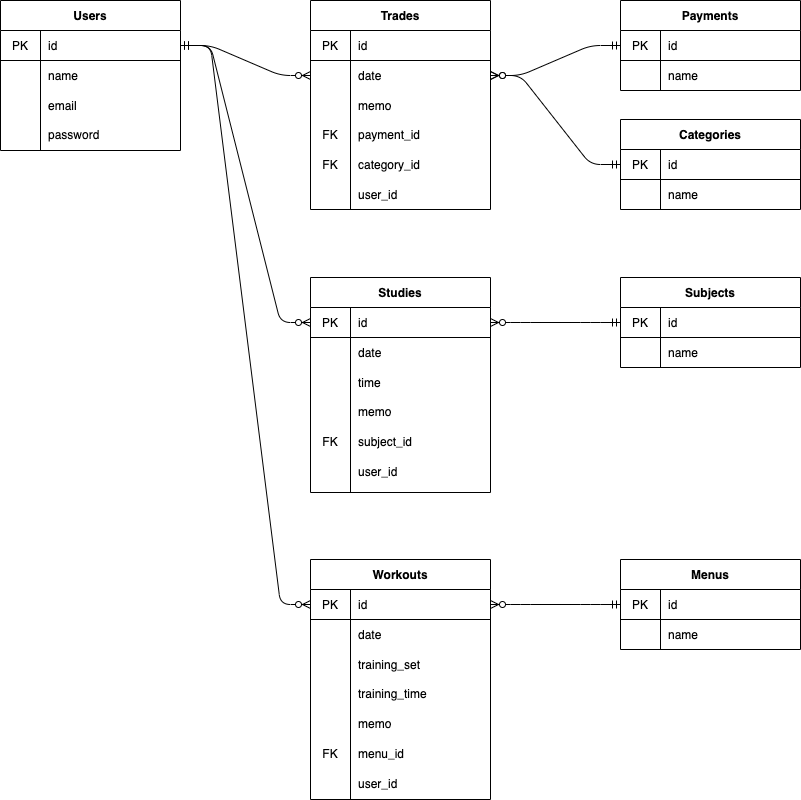
This is docs/ER図.png from ks1590/rabbit, a draw.io export, as it was before one commit. Source tidied: cells renumbered, new cells last; positions are measured from the earlier drawing's top-left corner, leaving out a move shared by most shapes.
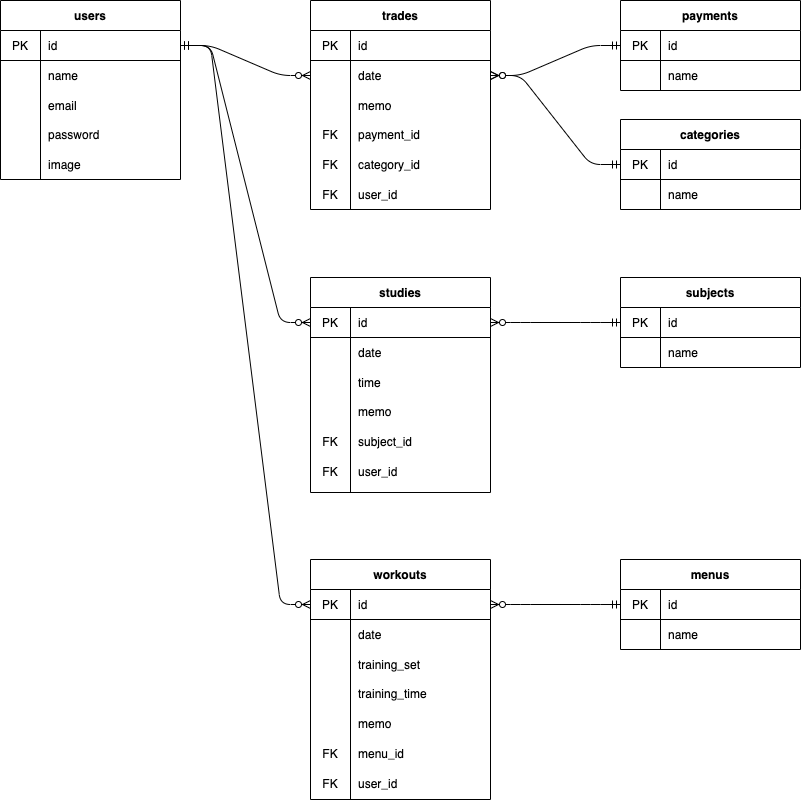
Above is the later version.

What changed in the source:
```diff
@@ -2,7 +2,7 @@
   <root>
     <mxCell id="0" />
     <mxCell id="1" parent="0" />
-    <mxCell id="2" value="Subjects" style="shape=table;html=1;whiteSpace=wrap;startSize=30;rowLines=0;fontStyle=1;align=center;" parent="1" vertex="1">
+    <mxCell id="2" value="subjects" style="shape=table;html=1;whiteSpace=wrap;startSize=30;rowLines=0;fontStyle=1;align=center;" parent="1" vertex="1">
       <mxGeometry x="620" y="277" width="180" height="90" as="geometry" />
     </mxCell>
     <mxCell id="3" style="shape=partialRectangle;html=1;whiteSpace=wrap;fillColor=none;top=0;left=0;bottom=1;right=0;points=[[0,0.5],[1,0.5]];portConstraint=eastwest;" parent="2" vertex="1">
@@ -26,7 +26,7 @@
     <mxCell id="9" value="password" style="shape=partialRectangle;html=1;whiteSpace=wrap;fillColor=none;top=0;left=0;bottom=0;right=0;align=left;spacingLeft=6;overflow=hidden;" parent="1" vertex="1">
       <mxGeometry x="40" y="119" width="140" height="30" as="geometry" />
     </mxCell>
-    <mxCell id="10" value="Trades" style="shape=table;html=1;whiteSpace=wrap;startSize=30;rowLines=0;fontStyle=1;align=center;" parent="1" vertex="1">
+    <mxCell id="10" value="trades" style="shape=table;html=1;whiteSpace=wrap;startSize=30;rowLines=0;fontStyle=1;align=center;" parent="1" vertex="1">
       <mxGeometry x="310" width="180" height="209" as="geometry" />
     </mxCell>
     <mxCell id="11" style="shape=partialRectangle;html=1;whiteSpace=wrap;fillColor=none;top=0;left=0;bottom=1;right=0;" parent="10" vertex="1">
@@ -65,7 +65,7 @@
     <mxCell id="22" value="user_id" style="shape=partialRectangle;html=1;whiteSpace=wrap;fillColor=none;top=0;left=0;bottom=0;right=0;align=left;spacingLeft=6;overflow=hidden;" parent="1" vertex="1">
       <mxGeometry x="350" y="179" width="140" height="30" as="geometry" />
     </mxCell>
-    <mxCell id="23" value="Studies" style="shape=table;html=1;whiteSpace=wrap;startSize=30;rowLines=0;fontStyle=1;align=center;" parent="1" vertex="1">
+    <mxCell id="23" value="studies" style="shape=table;html=1;whiteSpace=wrap;startSize=30;rowLines=0;fontStyle=1;align=center;" parent="1" vertex="1">
       <mxGeometry x="310" y="277" width="180" height="215" as="geometry" />
     </mxCell>
     <mxCell id="24" style="shape=partialRectangle;html=1;whiteSpace=wrap;fillColor=none;top=0;left=0;bottom=1;right=0;points=[[0,0.5],[1,0.5]];portConstraint=eastwest;" parent="23" vertex="1">
@@ -104,7 +104,7 @@
     <mxCell id="35" value="user_id" style="shape=partialRectangle;html=1;whiteSpace=wrap;fillColor=none;top=0;left=0;bottom=0;right=0;align=left;spacingLeft=6;overflow=hidden;" parent="1" vertex="1">
       <mxGeometry x="350" y="456" width="140" height="30" as="geometry" />
     </mxCell>
-    <mxCell id="36" value="Workouts" style="shape=table;html=1;whiteSpace=wrap;startSize=30;rowLines=0;fontStyle=1;align=center;" parent="1" vertex="1">
+    <mxCell id="36" value="workouts" style="shape=table;html=1;whiteSpace=wrap;startSize=30;rowLines=0;fontStyle=1;align=center;" parent="1" vertex="1">
       <mxGeometry x="310" y="559" width="180" height="240" as="geometry" />
     </mxCell>
     <mxCell id="37" style="shape=partialRectangle;html=1;whiteSpace=wrap;fillColor=none;top=0;left=0;bottom=1;right=0;points=[[0,0.5],[1,0.5]];portConstraint=eastwest;" parent="36" vertex="1">
@@ -146,8 +146,8 @@
     <mxCell id="49" value="menu_id" style="shape=partialRectangle;html=1;whiteSpace=wrap;fillColor=none;top=0;left=0;bottom=0;right=0;align=left;spacingLeft=6;overflow=hidden;" parent="1" vertex="1">
       <mxGeometry x="350" y="738" width="140" height="30" as="geometry" />
     </mxCell>
-    <mxCell id="50" value="Users" style="shape=table;html=1;whiteSpace=wrap;startSize=30;rowLines=0;fontStyle=1;align=center;" parent="1" vertex="1">
-      <mxGeometry width="180" height="150" as="geometry" />
+    <mxCell id="50" value="users" style="shape=table;html=1;whiteSpace=wrap;startSize=30;rowLines=0;fontStyle=1;align=center;" parent="1" vertex="1">
+      <mxGeometry width="180" height="179" as="geometry" />
     </mxCell>
     <mxCell id="51" style="shape=partialRectangle;html=1;whiteSpace=wrap;fillColor=none;top=0;left=0;bottom=1;right=0;points=[[0,0.5],[1,0.5]];portConstraint=eastwest;" parent="50" vertex="1">
       <mxGeometry y="30" width="180" height="30" as="geometry" />
@@ -168,15 +168,15 @@
       <mxGeometry x="40" width="140" height="30" as="geometry" />
     </mxCell>
     <mxCell id="57" style="shape=partialRectangle;html=1;whiteSpace=wrap;fillColor=none;top=0;left=0;bottom=0;right=0;" parent="50" vertex="1">
-      <mxGeometry y="90" width="180" height="30" as="geometry" />
+      <mxGeometry y="90" width="180" height="29" as="geometry" />
     </mxCell>
     <mxCell id="58" style="shape=partialRectangle;html=1;whiteSpace=wrap;fillColor=none;top=0;left=0;bottom=0;right=0;overflow=hidden;" parent="57" vertex="1">
-      <mxGeometry width="40" height="30" as="geometry" />
+      <mxGeometry width="40" height="29" as="geometry" />
     </mxCell>
     <mxCell id="59" value="email" style="shape=partialRectangle;html=1;whiteSpace=wrap;fillColor=none;top=0;left=0;bottom=0;right=0;align=left;spacingLeft=6;overflow=hidden;" parent="57" vertex="1">
-      <mxGeometry x="40" width="140" height="30" as="geometry" />
+      <mxGeometry x="40" width="140" height="29" as="geometry" />
     </mxCell>
-    <mxCell id="60" value="Categories" style="shape=table;html=1;whiteSpace=wrap;startSize=30;rowLines=0;fontStyle=1;align=center;" parent="1" vertex="1">
+    <mxCell id="60" value="categories" style="shape=table;html=1;whiteSpace=wrap;startSize=30;rowLines=0;fontStyle=1;align=center;" parent="1" vertex="1">
       <mxGeometry x="620" y="119" width="180" height="90" as="geometry" />
     </mxCell>
     <mxCell id="61" style="shape=partialRectangle;html=1;whiteSpace=wrap;fillColor=none;top=0;left=0;bottom=1;right=0;points=[[0,0.5],[1,0.5]];portConstraint=eastwest;" parent="60" vertex="1">
@@ -197,7 +197,7 @@
     <mxCell id="66" value="name" style="shape=partialRectangle;html=1;whiteSpace=wrap;fillColor=none;top=0;left=0;bottom=0;right=0;align=left;spacingLeft=6;overflow=hidden;" parent="64" vertex="1">
       <mxGeometry x="40" width="140" height="30" as="geometry" />
     </mxCell>
-    <mxCell id="67" value="Payments" style="shape=table;html=1;whiteSpace=wrap;startSize=30;rowLines=0;fontStyle=1;align=center;" parent="1" vertex="1">
+    <mxCell id="67" value="payments" style="shape=table;html=1;whiteSpace=wrap;startSize=30;rowLines=0;fontStyle=1;align=center;" parent="1" vertex="1">
       <mxGeometry x="620" width="180" height="90" as="geometry" />
     </mxCell>
     <mxCell id="68" style="shape=partialRectangle;html=1;whiteSpace=wrap;fillColor=none;top=0;left=0;bottom=1;right=0;points=[[0,0.5],[1,0.5]];portConstraint=eastwest;" parent="67" vertex="1">
@@ -218,7 +218,7 @@
     <mxCell id="73" value="name" style="shape=partialRectangle;html=1;whiteSpace=wrap;fillColor=none;top=0;left=0;bottom=0;right=0;align=left;spacingLeft=6;overflow=hidden;" parent="71" vertex="1">
       <mxGeometry x="40" width="140" height="30" as="geometry" />
     </mxCell>
-    <mxCell id="74" value="Menus" style="shape=table;html=1;whiteSpace=wrap;startSize=30;rowLines=0;fontStyle=1;align=center;" parent="1" vertex="1">
+    <mxCell id="74" value="menus" style="shape=table;html=1;whiteSpace=wrap;startSize=30;rowLines=0;fontStyle=1;align=center;" parent="1" vertex="1">
       <mxGeometry x="620" y="559" width="180" height="90" as="geometry" />
     </mxCell>
     <mxCell id="75" style="shape=partialRectangle;html=1;whiteSpace=wrap;fillColor=none;top=0;left=0;bottom=1;right=0;points=[[0,0.5],[1,0.5]];portConstraint=eastwest;" parent="74" vertex="1">
@@ -272,5 +272,17 @@
     <mxCell id="91" style="edgeStyle=entityRelationEdgeStyle;fontSize=12;html=1;endArrow=ERzeroToMany;startArrow=ERmandOne;exitX=0;exitY=0.5;exitDx=0;exitDy=0;entryX=1;entryY=0.5;entryDx=0;entryDy=0;" parent="1" edge="1" source="75" target="37">
       <mxGeometry relative="1" as="geometry" />
     </mxCell>
+    <mxCell id="92" value="image" style="shape=partialRectangle;html=1;whiteSpace=wrap;fillColor=none;top=0;left=0;bottom=0;right=0;align=left;spacingLeft=6;overflow=hidden;" parent="1" vertex="1">
+      <mxGeometry x="40" y="149" width="140" height="30" as="geometry" />
+    </mxCell>
+    <mxCell id="93" value="FK" style="shape=partialRectangle;html=1;whiteSpace=wrap;fillColor=none;top=0;left=0;bottom=0;right=0;overflow=hidden;" parent="1" vertex="1">
+      <mxGeometry x="310" y="179" width="40" height="30" as="geometry" />
+    </mxCell>
+    <mxCell id="94" value="FK" style="shape=partialRectangle;html=1;whiteSpace=wrap;fillColor=none;top=0;left=0;bottom=0;right=0;overflow=hidden;" parent="1" vertex="1">
+      <mxGeometry x="310" y="456" width="40" height="30" as="geometry" />
+    </mxCell>
+    <mxCell id="95" value="FK" style="shape=partialRectangle;html=1;whiteSpace=wrap;fillColor=none;top=0;left=0;bottom=0;right=0;overflow=hidden;" parent="1" vertex="1">
+      <mxGeometry x="310" y="768" width="40" height="30" as="geometry" />
+    </mxCell>
   </root>
 </mxGraphModel>
```
